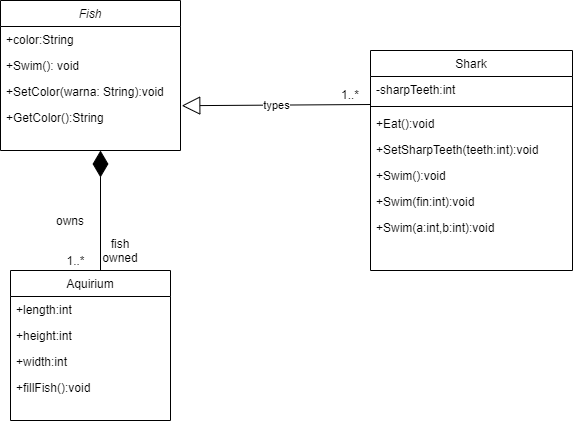
azrinfaiz/Week2ClassDiagram keeps this draw.io diagram as Katcak.png. Above is the earlier version. Source tidied: cells renumbered, new cells last; positions are measured from the earlier drawing's top-left corner, leaving out a move shared by most shapes. The source it was exported from:
```xml
<mxGraphModel>
  <root>
    <mxCell id="0" />
    <mxCell id="1" parent="0" />
    <mxCell id="2" value="Fish" style="swimlane;fontStyle=2;align=center;verticalAlign=top;horizontal=1;startSize=26;rounded=0;shadow=0;strokeWidth=1;" parent="1" vertex="1">
      <mxGeometry width="180" height="150" as="geometry" />
    </mxCell>
    <mxCell id="3" value="+color:String" style="text;align=left;verticalAlign=top;spacingLeft=4;spacingRight=4;overflow=hidden;" parent="2" vertex="1">
      <mxGeometry y="26" width="180" height="26" as="geometry" />
    </mxCell>
    <mxCell id="4" value="+Swim(): void" style="text;align=left;verticalAlign=top;spacingLeft=4;spacingRight=4;overflow=hidden;rounded=0;shadow=0;html=0;" parent="2" vertex="1">
      <mxGeometry y="52" width="180" height="26" as="geometry" />
    </mxCell>
    <mxCell id="5" value="+SetColor(warna: String):void" style="text;align=left;verticalAlign=top;spacingLeft=4;spacingRight=4;overflow=hidden;rounded=0;shadow=0;html=0;" parent="2" vertex="1">
      <mxGeometry y="78" width="180" height="26" as="geometry" />
    </mxCell>
    <mxCell id="6" value="+GetColor():String" style="text;align=left;verticalAlign=top;spacingLeft=4;spacingRight=4;overflow=hidden;points=[[0,0.5],[1,0.5]];portConstraint=eastwest;rounded=0;shadow=0;html=0;" parent="2" vertex="1">
      <mxGeometry y="104" width="180" height="20" as="geometry" />
    </mxCell>
    <mxCell id="7" value="1..*" style="text;html=1;strokeColor=none;fillColor=none;align=center;verticalAlign=middle;whiteSpace=wrap;rounded=0;" parent="1" vertex="1">
      <mxGeometry x="330" y="84" width="40" height="20" as="geometry" />
    </mxCell>
    <mxCell id="8" value="1..*&lt;br&gt;" style="text;html=1;align=center;verticalAlign=middle;" parent="1" vertex="1">
      <mxGeometry x="60" y="250" width="30" height="20" as="geometry" />
    </mxCell>
    <mxCell id="9" value="fish owned&lt;br&gt;" style="text;html=1;strokeColor=none;fillColor=none;align=center;verticalAlign=middle;whiteSpace=wrap;rounded=0;" parent="1" vertex="1">
      <mxGeometry x="100" y="240" width="40" height="20" as="geometry" />
    </mxCell>
    <mxCell id="10" value="owns" style="text;html=1;strokeColor=none;fillColor=none;align=center;verticalAlign=middle;whiteSpace=wrap;rounded=0;" parent="1" vertex="1">
      <mxGeometry x="50" y="210" width="40" height="20" as="geometry" />
    </mxCell>
    <mxCell id="11" value="Shark" style="swimlane;fontStyle=0;align=center;verticalAlign=top;horizontal=1;startSize=26;rounded=0;shadow=0;strokeWidth=1;" parent="1" vertex="1">
      <mxGeometry x="370" y="50" width="202" height="220" as="geometry" />
    </mxCell>
    <mxCell id="12" value="-sharpTeeth:int" style="text;align=left;verticalAlign=top;spacingLeft=4;spacingRight=4;overflow=hidden;" parent="11" vertex="1">
      <mxGeometry y="26" width="202" height="26" as="geometry" />
    </mxCell>
    <mxCell id="13" style="line;html=1;strokeWidth=1;align=left;verticalAlign=middle;spacingTop=-1;spacingLeft=3;spacingRight=3;labelPosition=right;" parent="11" vertex="1">
      <mxGeometry y="52" width="202" height="8" as="geometry" />
    </mxCell>
    <mxCell id="14" value="+Eat():void" style="text;align=left;verticalAlign=top;spacingLeft=4;spacingRight=4;overflow=hidden;" parent="11" vertex="1">
      <mxGeometry y="60" width="202" height="26" as="geometry" />
    </mxCell>
    <mxCell id="15" value="+SetSharpTeeth(teeth:int):void" style="text;align=left;verticalAlign=top;spacingLeft=4;spacingRight=4;overflow=hidden;" parent="11" vertex="1">
      <mxGeometry y="86" width="202" height="26" as="geometry" />
    </mxCell>
    <mxCell id="16" value="+Swim():void" style="text;align=left;verticalAlign=top;spacingLeft=4;spacingRight=4;overflow=hidden;" parent="11" vertex="1">
      <mxGeometry y="112" width="202" height="26" as="geometry" />
    </mxCell>
    <mxCell id="17" value="+Swim(fin:int):void" style="text;align=left;verticalAlign=top;spacingLeft=4;spacingRight=4;overflow=hidden;" parent="11" vertex="1">
      <mxGeometry y="138" width="202" height="26" as="geometry" />
    </mxCell>
    <mxCell id="18" value="+Swim(a:int,b:int):void" style="text;align=left;verticalAlign=top;spacingLeft=4;spacingRight=4;overflow=hidden;" parent="11" vertex="1">
      <mxGeometry y="164" width="202" height="26" as="geometry" />
    </mxCell>
    <mxCell id="19" value="types" style="endArrow=block;endSize=16;endFill=0;html=1;exitX=1;exitY=1;exitDx=0;exitDy=0;entryX=1.007;entryY=0.06;entryDx=0;entryDy=0;entryPerimeter=0;" parent="1" edge="1" source="7" target="6">
      <mxGeometry relative="1" as="geometry" />
    </mxCell>
    <mxCell id="20" style="endArrow=diamondThin;endFill=1;endSize=24;html=1;" parent="1" edge="1">
      <mxGeometry relative="1" as="geometry">
        <mxPoint x="100" y="270" as="sourcePoint" />
        <mxPoint x="100" y="150" as="targetPoint" />
      </mxGeometry>
    </mxCell>
    <mxCell id="21" value="Aquirium&#10;" style="swimlane;fontStyle=0;align=center;verticalAlign=top;horizontal=1;startSize=26;rounded=0;shadow=0;strokeWidth=1;" parent="1" vertex="1">
      <mxGeometry x="10" y="270" width="160" height="150" as="geometry" />
    </mxCell>
    <mxCell id="22" value="+length:int" style="text;align=left;verticalAlign=top;spacingLeft=4;spacingRight=4;overflow=hidden;" parent="21" vertex="1">
      <mxGeometry y="26" width="160" height="26" as="geometry" />
    </mxCell>
    <mxCell id="23" value="+height:int" style="text;align=left;verticalAlign=top;spacingLeft=4;spacingRight=4;overflow=hidden;rounded=0;shadow=0;html=0;" parent="21" vertex="1">
      <mxGeometry y="52" width="160" height="26" as="geometry" />
    </mxCell>
    <mxCell id="24" value="+width:int" style="text;align=left;verticalAlign=top;spacingLeft=4;spacingRight=4;overflow=hidden;rounded=0;shadow=0;html=0;" parent="21" vertex="1">
      <mxGeometry y="78" width="160" height="26" as="geometry" />
    </mxCell>
    <mxCell id="25" value="+fillFish():void" style="text;align=left;verticalAlign=top;spacingLeft=4;spacingRight=4;overflow=hidden;rounded=0;shadow=0;html=0;" parent="21" vertex="1">
      <mxGeometry y="104" width="160" height="26" as="geometry" />
    </mxCell>
  </root>
</mxGraphModel>
```
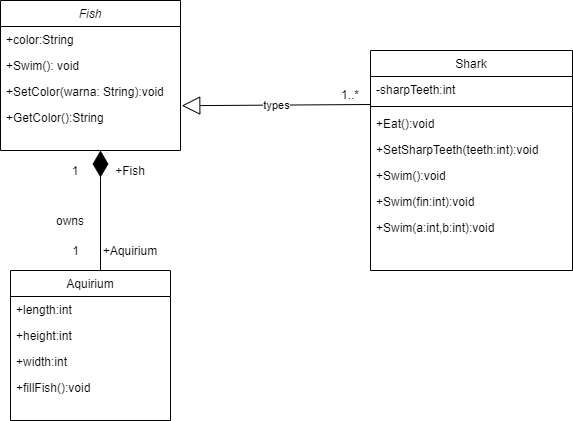
Later version of the same file.

The edit, as a diff of the source:
```diff
@@ -20,11 +20,11 @@
     <mxCell id="7" value="1..*" style="text;html=1;strokeColor=none;fillColor=none;align=center;verticalAlign=middle;whiteSpace=wrap;rounded=0;" parent="1" vertex="1">
       <mxGeometry x="330" y="84" width="40" height="20" as="geometry" />
     </mxCell>
-    <mxCell id="8" value="1..*&lt;br&gt;" style="text;html=1;align=center;verticalAlign=middle;" parent="1" vertex="1">
-      <mxGeometry x="60" y="250" width="30" height="20" as="geometry" />
+    <mxCell id="8" value="1" style="text;html=1;align=center;verticalAlign=middle;" parent="1" vertex="1">
+      <mxGeometry x="65" y="240" width="20" height="20" as="geometry" />
     </mxCell>
-    <mxCell id="9" value="fish owned&lt;br&gt;" style="text;html=1;strokeColor=none;fillColor=none;align=center;verticalAlign=middle;whiteSpace=wrap;rounded=0;" parent="1" vertex="1">
-      <mxGeometry x="100" y="240" width="40" height="20" as="geometry" />
+    <mxCell id="9" value="+Aquirium" style="text;html=1;strokeColor=none;fillColor=none;align=center;verticalAlign=middle;whiteSpace=wrap;rounded=0;" parent="1" vertex="1">
+      <mxGeometry x="110" y="240" width="40" height="20" as="geometry" />
     </mxCell>
     <mxCell id="10" value="owns" style="text;html=1;strokeColor=none;fillColor=none;align=center;verticalAlign=middle;whiteSpace=wrap;rounded=0;" parent="1" vertex="1">
       <mxGeometry x="50" y="210" width="40" height="20" as="geometry" />
@@ -77,5 +77,11 @@
     <mxCell id="25" value="+fillFish():void" style="text;align=left;verticalAlign=top;spacingLeft=4;spacingRight=4;overflow=hidden;rounded=0;shadow=0;html=0;" parent="21" vertex="1">
       <mxGeometry y="104" width="160" height="26" as="geometry" />
     </mxCell>
+    <mxCell id="26" value="+Fish" style="text;html=1;strokeColor=none;fillColor=none;align=center;verticalAlign=middle;whiteSpace=wrap;rounded=0;" parent="1" vertex="1">
+      <mxGeometry x="110" y="160" width="40" height="20" as="geometry" />
+    </mxCell>
+    <mxCell id="27" value="1" style="text;html=1;strokeColor=none;fillColor=none;align=center;verticalAlign=middle;whiteSpace=wrap;rounded=0;" parent="1" vertex="1">
+      <mxGeometry x="55" y="160" width="40" height="20" as="geometry" />
+    </mxCell>
   </root>
 </mxGraphModel>
```
